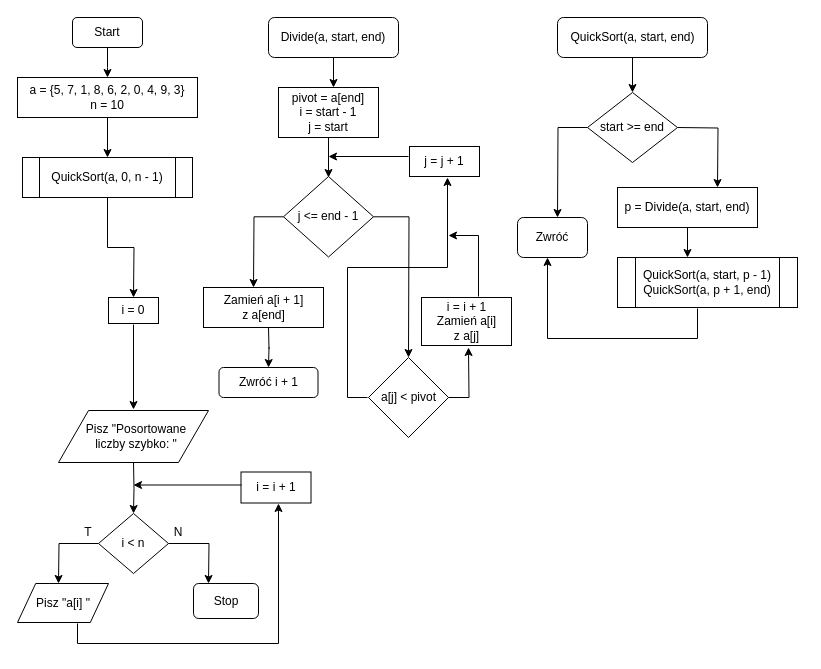
Earlier version of the draw.io diagram C++/Lab06/6.2.drawio (Ark223/Uni-Programming). Source tidied: cells renumbered, new cells numbered last; positions are measured from the earlier drawing's top-left corner, leaving out a move shared by most shapes. Both pictures are drawn from the tidied source at 100%, with x=0, y=0 at pixel (17, 17).
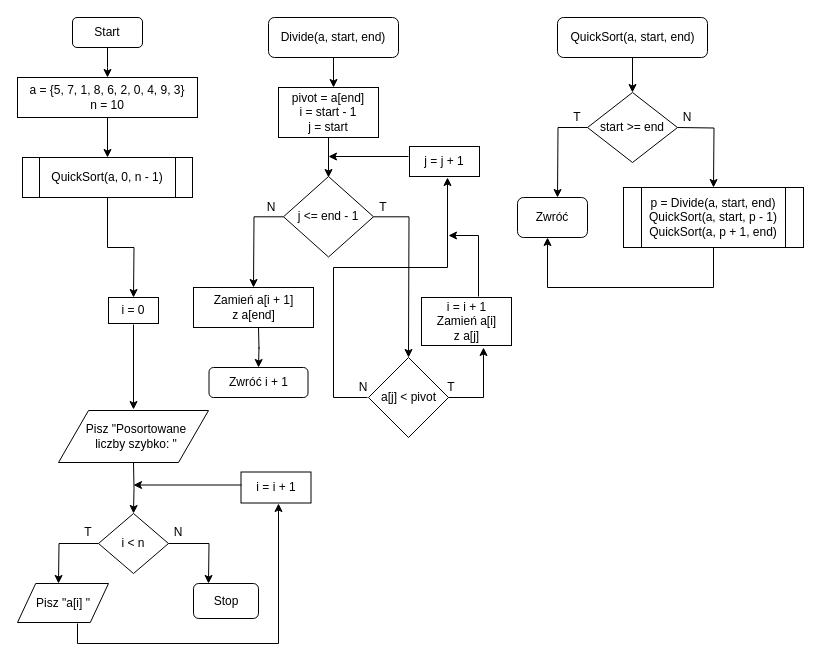
The same page after the edit.

The change refers to these unchanged cells:
```xml
<mxCell id="15" style="rhombus;whiteSpace=wrap;html=1;" parent="1" vertex="1">
  <mxGeometry x="570" y="75" width="90" height="70" as="geometry" />
</mxCell>
<mxCell id="37" style="rhombus;whiteSpace=wrap;html=1;" parent="1" vertex="1">
  <mxGeometry x="351" y="340" width="80" height="80" as="geometry" />
</mxCell>
```

Change to the diagram source:
```diff
@@
     <mxCell id="14" style="edgeStyle=orthogonalEdgeStyle;rounded=0;jettySize=auto;html=1;" parent="1" edge="1" source="15">
       <mxGeometry relative="1" as="geometry">
-        <mxPoint x="540" y="200" as="targetPoint" />
+        <mxPoint x="540" y="180" as="targetPoint" />
       </mxGeometry>
     </mxCell>
@@
     <mxCell id="16" style="edgeStyle=orthogonalEdgeStyle;rounded=0;orthogonalLoop=1;jettySize=auto;html=1;" parent="1" edge="1">
       <mxGeometry relative="1" as="geometry">
         <mxPoint x="660" y="110" as="sourcePoint" />
-        <mxPoint x="700" y="170" as="targetPoint" />
+        <mxPoint x="696" y="170" as="targetPoint" />
       </mxGeometry>
     </mxCell>
@@
     <mxCell id="18" style="rounded=1;whiteSpace=wrap;html=1;" parent="1" vertex="1">
-      <mxGeometry x="500" y="200" width="70" height="40" as="geometry" />
+      <mxGeometry x="500" y="180" width="70" height="40" as="geometry" />
     </mxCell>
     <mxCell id="19" value="Zwróć" style="text;html=1;strokeColor=none;fillColor=none;align=center;verticalAlign=middle;whiteSpace=wrap;rounded=0;" parent="1" vertex="1">
-      <mxGeometry x="515" y="210" width="40" height="20" as="geometry" />
+      <mxGeometry x="515" y="190" width="40" height="20" as="geometry" />
     </mxCell>
-    <mxCell id="20" style="rounded=0;whiteSpace=wrap;html=1;" parent="1" vertex="1">
-      <mxGeometry x="600" y="170" width="140" height="40" as="geometry" />
-    </mxCell>
-    <mxCell id="21" style="edgeStyle=orthogonalEdgeStyle;rounded=0;orthogonalLoop=1;jettySize=auto;html=1;" parent="1" edge="1">
-      <mxGeometry relative="1" as="geometry">
-        <mxPoint x="670" y="210" as="sourcePoint" />
-        <mxPoint x="670" y="240" as="targetPoint" />
-      </mxGeometry>
-    </mxCell>
-    <mxCell id="22" value="p = Divide(a, start, end)" style="text;html=1;strokeColor=none;fillColor=none;align=center;verticalAlign=middle;whiteSpace=wrap;rounded=0;" parent="1" vertex="1">
-      <mxGeometry x="605" y="180" width="130" height="20" as="geometry" />
-    </mxCell>
     <mxCell id="23" style="edgeStyle=orthogonalEdgeStyle;rounded=0;orthogonalLoop=1;jettySize=auto;html=1;" parent="1" edge="1">
       <mxGeometry relative="1" as="geometry">
-        <mxPoint x="680" y="291" as="sourcePoint" />
-        <mxPoint x="530" y="240" as="targetPoint" />
+        <mxPoint x="696" y="230" as="sourcePoint" />
+        <mxPoint x="530" y="220" as="targetPoint" />
         <Array as="points">
-          <mxPoint x="680" y="321" />
-          <mxPoint x="530" y="321" />
+          <mxPoint x="696" y="270" />
+          <mxPoint x="530" y="270" />
         </Array>
       </mxGeometry>
     </mxCell>
     <mxCell id="24" style="shape=process;whiteSpace=wrap;html=1;backgroundOutline=1;" parent="1" vertex="1">
-      <mxGeometry x="600" y="240" width="180" height="50" as="geometry" />
+      <mxGeometry x="606" y="170" width="180" height="60" as="geometry" />
     </mxCell>
-    <mxCell id="25" value="QuickSort(a, start, p - 1)&lt;br&gt;QuickSort(a, p + 1, end)" style="text;html=1;strokeColor=none;fillColor=none;align=center;verticalAlign=middle;whiteSpace=wrap;rounded=0;" parent="1" vertex="1">
-      <mxGeometry x="620" y="245" width="140" height="40" as="geometry" />
+    <mxCell id="25" value="p = Divide(a, start, end)&lt;br&gt;QuickSort(a, start, p - 1)&lt;br&gt;QuickSort(a, p + 1, end)" style="text;html=1;strokeColor=none;fillColor=none;align=center;verticalAlign=middle;whiteSpace=wrap;rounded=0;" parent="1" vertex="1">
+      <mxGeometry x="626" y="175" width="140" height="50" as="geometry" />
     </mxCell>
@@
     <mxCell id="36" style="edgeStyle=orthogonalEdgeStyle;rounded=0;jettySize=auto;html=1;" parent="1" edge="1" source="37">
       <mxGeometry relative="1" as="geometry">
-        <mxPoint x="451" y="330" as="targetPoint" />
+        <mxPoint x="466" y="330" as="targetPoint" />
+        <Array as="points">
+          <mxPoint x="466" y="380" />
+          <mxPoint x="466" y="330" />
+        </Array>
       </mxGeometry>
     </mxCell>
@@
     <mxCell id="38" style="edgeStyle=orthogonalEdgeStyle;rounded=0;orthogonalLoop=1;jettySize=auto;html=1;" parent="1" edge="1">
       <mxGeometry relative="1" as="geometry">
         <mxPoint x="350" y="380" as="sourcePoint" />
         <mxPoint x="430" y="160" as="targetPoint" />
         <Array as="points">
-          <mxPoint x="350" y="380" />
-          <mxPoint x="330" y="380" />
-          <mxPoint x="330" y="250" />
+          <mxPoint x="316" y="380" />
+          <mxPoint x="316" y="250" />
           <mxPoint x="430" y="250" />
         </Array>
       </mxGeometry>
     </mxCell>
@@
     <mxCell id="43" style="rounded=0;whiteSpace=wrap;html=1;" parent="1" vertex="1">
-      <mxGeometry x="186" y="270" width="120" height="40" as="geometry" />
+      <mxGeometry x="176" y="270" width="120" height="40" as="geometry" />
     </mxCell>
     <mxCell id="44" style="edgeStyle=orthogonalEdgeStyle;rounded=0;orthogonalLoop=1;jettySize=auto;html=1;" parent="1" edge="1">
       <mxGeometry relative="1" as="geometry">
-        <mxPoint x="251" y="310" as="sourcePoint" />
-        <mxPoint x="251" y="350" as="targetPoint" />
+        <mxPoint x="241" y="310" as="sourcePoint" />
+        <mxPoint x="241" y="350" as="targetPoint" />
       </mxGeometry>
     </mxCell>
     <mxCell id="45" value="Zamień a[i + 1]&lt;br&gt;z a[end]" style="text;html=1;strokeColor=none;fillColor=none;align=center;verticalAlign=middle;whiteSpace=wrap;rounded=0;" parent="1" vertex="1">
-      <mxGeometry x="193.5" y="275" width="105" height="30" as="geometry" />
+      <mxGeometry x="183.5" y="275" width="105" height="30" as="geometry" />
     </mxCell>
@@
     <mxCell id="49" style="rounded=1;whiteSpace=wrap;html=1;" parent="1" vertex="1">
-      <mxGeometry x="201.5" y="350" width="99" height="30" as="geometry" />
+      <mxGeometry x="191.5" y="350" width="99" height="30" as="geometry" />
     </mxCell>
     <mxCell id="50" value="Zwróć i + 1" style="text;html=1;strokeColor=none;fillColor=none;align=center;verticalAlign=middle;whiteSpace=wrap;rounded=0;" parent="1" vertex="1">
-      <mxGeometry x="213.5" y="355" width="75" height="20" as="geometry" />
+      <mxGeometry x="203.5" y="355" width="75" height="20" as="geometry" />
     </mxCell>
@@
+    <mxCell id="71" value="T" style="text;html=1;strokeColor=none;fillColor=none;align=center;verticalAlign=middle;whiteSpace=wrap;rounded=0;" parent="1" vertex="1">
+      <mxGeometry x="540" y="90" width="40" height="20" as="geometry" />
+    </mxCell>
+    <mxCell id="72" value="N" style="text;html=1;strokeColor=none;fillColor=none;align=center;verticalAlign=middle;whiteSpace=wrap;rounded=0;" parent="1" vertex="1">
+      <mxGeometry x="650" y="90" width="40" height="20" as="geometry" />
+    </mxCell>
+    <mxCell id="73" value="T" style="text;html=1;strokeColor=none;fillColor=none;align=center;verticalAlign=middle;whiteSpace=wrap;rounded=0;" parent="1" vertex="1">
+      <mxGeometry x="413.8" y="360" width="40" height="20" as="geometry" />
+    </mxCell>
+    <mxCell id="74" value="N" style="text;html=1;strokeColor=none;fillColor=none;align=center;verticalAlign=middle;whiteSpace=wrap;rounded=0;" parent="1" vertex="1">
+      <mxGeometry x="326" y="360" width="40" height="20" as="geometry" />
+    </mxCell>
+    <mxCell id="75" value="T" style="text;html=1;strokeColor=none;fillColor=none;align=center;verticalAlign=middle;whiteSpace=wrap;rounded=0;" parent="1" vertex="1">
+      <mxGeometry x="346" y="180" width="40" height="20" as="geometry" />
+    </mxCell>
+    <mxCell id="76" value="N" style="text;html=1;strokeColor=none;fillColor=none;align=center;verticalAlign=middle;whiteSpace=wrap;rounded=0;" parent="1" vertex="1">
+      <mxGeometry x="233.5" y="180" width="40" height="20" as="geometry" />
+    </mxCell>
```
